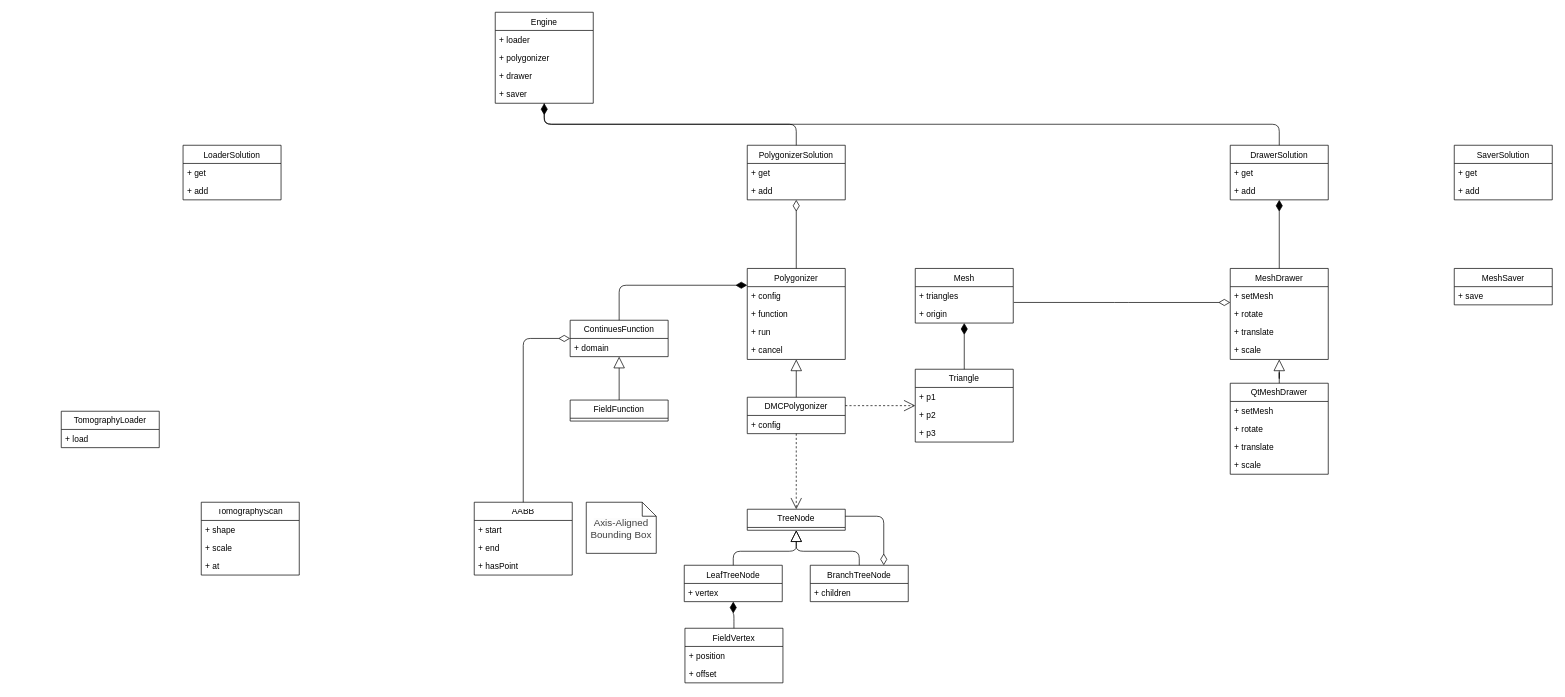
Above: uml.drawio in maxhha/bmstu-iu7-cg-cp (draw.io), before the change. Source tidied: cells renumbered, new cells numbered last; positions are measured from the earlier drawing's top-left corner, leaving out a move shared by most shapes. Both pictures are drawn from the tidied source at 70%, with x=0, y=0 at pixel (61, 12).
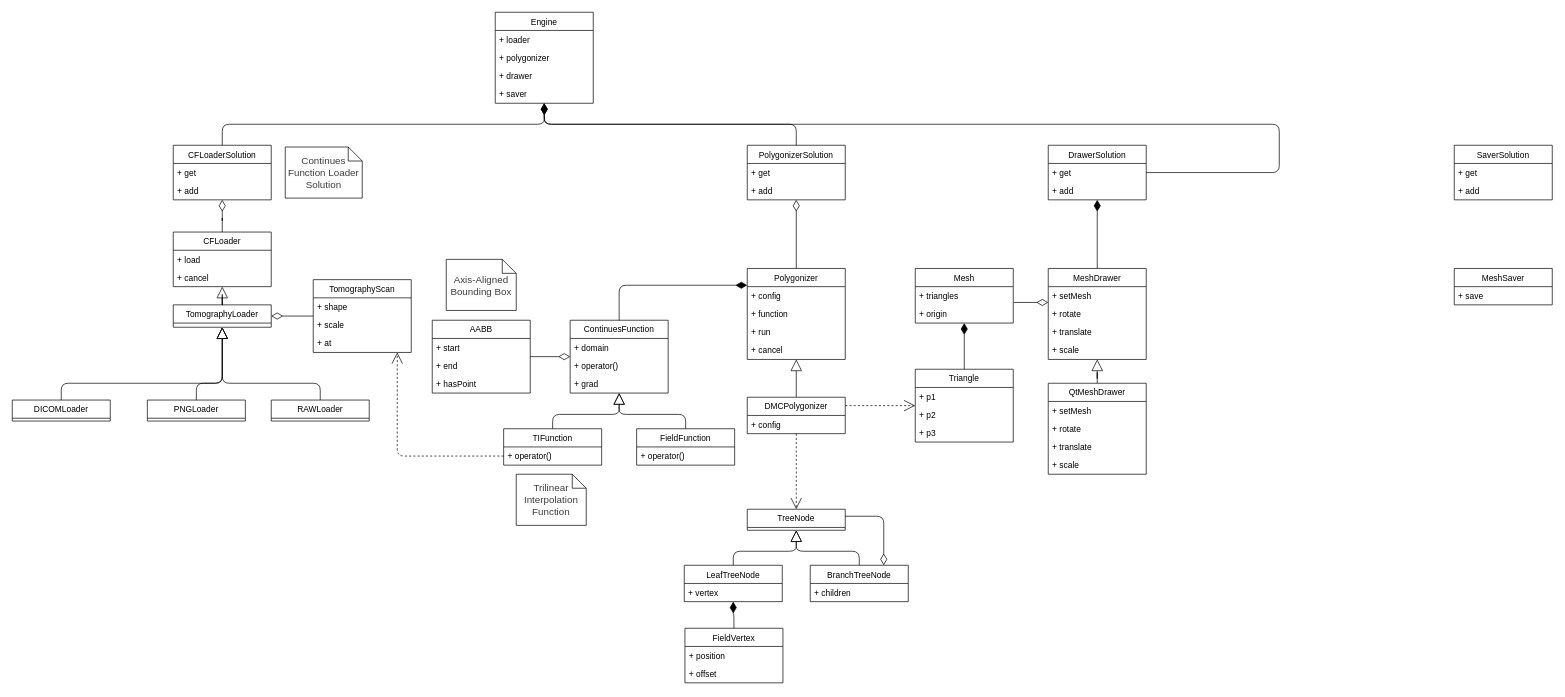
After the change.

Unchanged cells that the change refers to:
```xml
<mxCell id="42" value="Engine" style="swimlane;fontStyle=0;horizontal=1;startSize=26;fillColor=none;" parent="1" vertex="1">
  <mxGeometry x="620" width="140" height="130" as="geometry" />
</mxCell>
```

The edit, as a diff of the source:
```diff
@@
+    <mxCell id="84" style="edgeStyle=orthogonalEdgeStyle;rounded=1;jettySize=auto;html=1;endArrow=block;endFill=0;startSize=14;endSize=14;" parent="1" edge="1" source="2" target="91">
+      <mxGeometry relative="1" as="geometry" />
+    </mxCell>
     <mxCell id="2" value="TomographyLoader" style="swimlane;fontStyle=0;horizontal=1;startSize=26;fillColor=none;" parent="1" vertex="1">
-      <mxGeometry y="570" width="140" height="52" as="geometry" />
+      <mxGeometry x="160" y="418" width="140" height="32" as="geometry" />
     </mxCell>
-    <mxCell id="3" value="+ load" style="text;strokeColor=none;fillColor=none;align=left;verticalAlign=top;spacingLeft=4;spacingRight=4;overflow=hidden;" parent="2" vertex="1">
-      <mxGeometry y="26" width="140" height="26" as="geometry" />
-    </mxCell>
+    <mxCell id="85" style="edgeStyle=orthogonalEdgeStyle;rounded=1;jettySize=auto;html=1;endArrow=diamondThin;endFill=0;startSize=14;endSize=14;" parent="1" edge="1" source="4" target="2">
+      <mxGeometry relative="1" as="geometry" />
+    </mxCell>
     <mxCell id="4" value="TomographyScan" style="swimlane;fontStyle=0;horizontal=1;startSize=26;fillColor=none;" parent="1" vertex="1">
-      <mxGeometry x="200" y="700" width="140" height="104" as="geometry" />
+      <mxGeometry x="360" y="382" width="140" height="104" as="geometry" />
     </mxCell>
@@
     <mxCell id="9" value="ContinuesFunction" style="swimlane;fontStyle=0;horizontal=1;startSize=26;fillColor=none;" parent="1" vertex="1">
-      <mxGeometry x="727" y="440" width="140" height="52" as="geometry" />
+      <mxGeometry x="727" y="440" width="140" height="104" as="geometry" />
     </mxCell>
+    <mxCell id="86" value="+ domain" style="text;strokeColor=none;fillColor=none;align=left;verticalAlign=top;spacingLeft=4;spacingRight=4;overflow=hidden;" parent="9" vertex="1">
+      <mxGeometry y="26" width="140" height="26" as="geometry" />
+    </mxCell>
-    <mxCell id="10" value="+ domain" style="text;strokeColor=none;fillColor=none;align=left;verticalAlign=top;spacingLeft=4;spacingRight=4;overflow=hidden;" parent="9" vertex="1">
-      <mxGeometry y="26" width="140" height="26" as="geometry" />
+    <mxCell id="10" value="+ operator()" style="text;strokeColor=none;fillColor=none;align=left;verticalAlign=top;spacingLeft=4;spacingRight=4;overflow=hidden;" parent="9" vertex="1">
+      <mxGeometry y="52" width="140" height="26" as="geometry" />
     </mxCell>
+    <mxCell id="87" value="+ grad" style="text;strokeColor=none;fillColor=none;align=left;verticalAlign=top;spacingLeft=4;spacingRight=4;overflow=hidden;" parent="9" vertex="1">
+      <mxGeometry y="78" width="140" height="26" as="geometry" />
+    </mxCell>
@@
     <mxCell id="21" value="MeshDrawer" style="swimlane;fontStyle=0;horizontal=1;startSize=26;fillColor=none;" parent="1" vertex="1">
-      <mxGeometry x="1670" y="366" width="140" height="130" as="geometry" />
+      <mxGeometry x="1410" y="366" width="140" height="130" as="geometry" />
     </mxCell>
@@
     <mxCell id="27" value="AABB" style="swimlane;fontStyle=0;horizontal=1;startSize=26;fillColor=none;" parent="1" vertex="1">
-      <mxGeometry x="590" y="700" width="140" height="104" as="geometry" />
+      <mxGeometry x="530" y="440" width="140" height="104" as="geometry" />
     </mxCell>
@@
     <mxCell id="31" value="&lt;span style=&quot;color: rgb(64 , 64 , 64) ; background-color: rgb(252 , 252 , 252)&quot;&gt;&lt;font style=&quot;font-size: 14px&quot;&gt;Axis-Aligned Bounding Box&lt;/font&gt;&lt;/span&gt;" style="shape=note;size=20;whiteSpace=wrap;html=1;" parent="1" vertex="1">
-      <mxGeometry x="750" y="700" width="100" height="73" as="geometry" />
+      <mxGeometry x="550" y="353" width="100" height="73" as="geometry" />
     </mxCell>
@@
+    <mxCell id="88" style="edgeStyle=orthogonalEdgeStyle;rounded=1;jettySize=auto;html=1;endArrow=diamondThin;endFill=1;startSize=14;endSize=14;" parent="1" edge="1" source="47" target="42">
+      <mxGeometry relative="1" as="geometry">
+        <Array as="points">
+          <mxPoint x="230" y="160" />
+          <mxPoint x="690" y="160" />
+        </Array>
+      </mxGeometry>
+    </mxCell>
-    <mxCell id="47" value="LoaderSolution" style="swimlane;fontStyle=0;horizontal=1;startSize=26;fillColor=none;" parent="1" vertex="1">
-      <mxGeometry x="174" y="190" width="140" height="78" as="geometry" />
+    <mxCell id="47" value="CFLoaderSolution" style="swimlane;fontStyle=0;horizontal=1;startSize=26;fillColor=none;" parent="1" vertex="1">
+      <mxGeometry x="160" y="190" width="140" height="78" as="geometry" />
     </mxCell>
@@
     <mxCell id="58" value="DrawerSolution" style="swimlane;fontStyle=0;horizontal=1;startSize=26;fillColor=none;" parent="1" vertex="1">
-      <mxGeometry x="1670" y="190" width="140" height="78" as="geometry" />
+      <mxGeometry x="1410" y="190" width="140" height="78" as="geometry" />
     </mxCell>
@@
     <mxCell id="64" value="FieldFunction" style="swimlane;fontStyle=0;horizontal=1;startSize=26;fillColor=none;" parent="1" vertex="1">
-      <mxGeometry x="727" y="554" width="140" height="30" as="geometry" />
+      <mxGeometry x="822" y="595" width="140" height="52" as="geometry" />
     </mxCell>
+    <mxCell id="89" value="+ operator()" style="text;strokeColor=none;fillColor=none;align=left;verticalAlign=top;spacingLeft=4;spacingRight=4;overflow=hidden;" parent="64" vertex="1">
+      <mxGeometry y="26" width="140" height="26" as="geometry" />
+    </mxCell>
@@
     <mxCell id="79" value="QtMeshDrawer" style="swimlane;fontStyle=0;horizontal=1;startSize=26;fillColor=none;" parent="1" vertex="1">
-      <mxGeometry x="1670" y="530" width="140" height="130" as="geometry" />
+      <mxGeometry x="1410" y="530" width="140" height="130" as="geometry" />
     </mxCell>
@@
+    <mxCell id="90" style="edgeStyle=orthogonalEdgeStyle;rounded=0;jettySize=auto;html=1;endArrow=diamondThin;endFill=0;endSize=14;startSize=14;" parent="1" edge="1" source="91" target="47">
+      <mxGeometry relative="1" as="geometry" />
+    </mxCell>
+    <mxCell id="91" value="CFLoader" style="swimlane;fontStyle=0;horizontal=1;startSize=26;fillColor=none;" parent="1" vertex="1">
+      <mxGeometry x="160" y="314" width="140" height="78" as="geometry" />
+    </mxCell>
+    <mxCell id="3" value="+ load" style="text;strokeColor=none;fillColor=none;align=left;verticalAlign=top;spacingLeft=4;spacingRight=4;overflow=hidden;" parent="91" vertex="1">
+      <mxGeometry y="26" width="140" height="26" as="geometry" />
+    </mxCell>
+    <mxCell id="92" value="+ cancel" style="text;strokeColor=none;fillColor=none;align=left;verticalAlign=top;spacingLeft=4;spacingRight=4;overflow=hidden;" parent="91" vertex="1">
+      <mxGeometry y="52" width="140" height="26" as="geometry" />
+    </mxCell>
+    <mxCell id="93" value="&lt;span style=&quot;color: rgb(64 , 64 , 64) ; background-color: rgb(252 , 252 , 252)&quot;&gt;&lt;font style=&quot;font-size: 14px&quot;&gt;Continues Function Loader Solution&lt;/font&gt;&lt;/span&gt;" style="shape=note;size=20;whiteSpace=wrap;html=1;" parent="1" vertex="1">
+      <mxGeometry x="320" y="192.5" width="110" height="73" as="geometry" />
+    </mxCell>
+    <mxCell id="94" style="edgeStyle=orthogonalEdgeStyle;rounded=1;jettySize=auto;html=1;endArrow=block;endFill=0;startSize=14;endSize=14;" parent="1" edge="1" source="95" target="2">
+      <mxGeometry relative="1" as="geometry">
+        <Array as="points">
+          <mxPoint x="370" y="530" />
+          <mxPoint x="230" y="530" />
+        </Array>
+      </mxGeometry>
+    </mxCell>
+    <mxCell id="95" value="RAWLoader" style="swimlane;fontStyle=0;horizontal=1;startSize=26;fillColor=none;" parent="1" vertex="1">
+      <mxGeometry x="300" y="554" width="140" height="30" as="geometry" />
+    </mxCell>
+    <mxCell id="96" style="edgeStyle=orthogonalEdgeStyle;rounded=1;jettySize=auto;html=1;endArrow=block;endFill=0;startSize=14;endSize=14;" parent="1" edge="1" source="97" target="2">
+      <mxGeometry relative="1" as="geometry">
+        <Array as="points">
+          <mxPoint x="193" y="530" />
+          <mxPoint x="230" y="530" />
+        </Array>
+      </mxGeometry>
+    </mxCell>
+    <mxCell id="97" value="PNGLoader" style="swimlane;fontStyle=0;horizontal=1;startSize=26;fillColor=none;" parent="1" vertex="1">
+      <mxGeometry x="123" y="554" width="140" height="30" as="geometry" />
+    </mxCell>
+    <mxCell id="98" style="edgeStyle=orthogonalEdgeStyle;rounded=1;jettySize=auto;html=1;endArrow=block;endFill=0;startSize=14;endSize=14;" parent="1" edge="1" source="99" target="2">
+      <mxGeometry relative="1" as="geometry">
+        <Array as="points">
+          <mxPoint y="530" />
+          <mxPoint x="230" y="530" />
+        </Array>
+      </mxGeometry>
+    </mxCell>
+    <mxCell id="99" value="DICOMLoader" style="swimlane;fontStyle=0;horizontal=1;startSize=26;fillColor=none;" parent="1" vertex="1">
+      <mxGeometry x="-70" y="554" width="140" height="30" as="geometry" />
+    </mxCell>
+    <mxCell id="100" style="edgeStyle=orthogonalEdgeStyle;rounded=1;jettySize=auto;html=1;endArrow=block;endFill=0;startSize=14;endSize=14;" parent="1" edge="1" source="101" target="9">
+      <mxGeometry relative="1" as="geometry" />
+    </mxCell>
+    <mxCell id="101" value="TIFunction" style="swimlane;fontStyle=0;horizontal=1;startSize=26;fillColor=none;strokeColor=default;" parent="1" vertex="1">
+      <mxGeometry x="632" y="595" width="140" height="52" as="geometry" />
+    </mxCell>
+    <mxCell id="102" value="+ operator()" style="text;strokeColor=none;fillColor=none;align=left;verticalAlign=top;spacingLeft=4;spacingRight=4;overflow=hidden;points=[[0,0.5],[1,0.5]];portConstraint=eastwest;" parent="101" vertex="1">
+      <mxGeometry y="26" width="140" height="26" as="geometry" />
+    </mxCell>
+    <mxCell id="103" style="edgeStyle=orthogonalEdgeStyle;rounded=1;jettySize=auto;html=1;dashed=1;endArrow=open;endFill=0;startSize=14;endSize=14;" parent="1" edge="1" source="102" target="4">
+      <mxGeometry relative="1" as="geometry">
+        <Array as="points">
+          <mxPoint x="480" y="634" />
+        </Array>
+      </mxGeometry>
+    </mxCell>
+    <mxCell id="104" value="&lt;span style=&quot;background-color: rgb(252 , 252 , 252)&quot;&gt;&lt;font&gt;&lt;font color=&quot;#404040&quot;&gt;&lt;span style=&quot;font-size: 14px&quot;&gt;Trilinear Interpolation Function&lt;/span&gt;&lt;/font&gt;&lt;/font&gt;&lt;/span&gt;" style="shape=note;size=20;whiteSpace=wrap;html=1;" parent="1" vertex="1">
+      <mxGeometry x="650" y="660" width="100" height="73" as="geometry" />
+    </mxCell>
```
